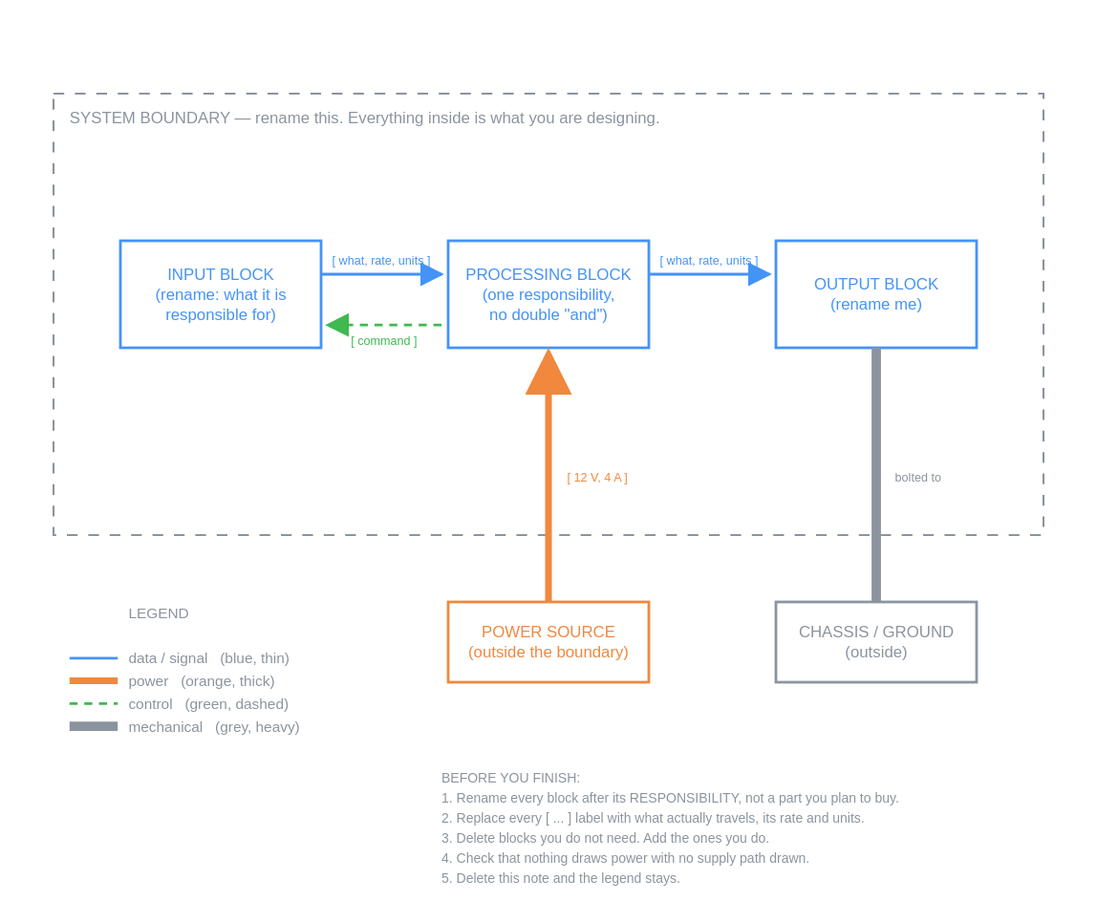
Before: 02-concepts/diagrams/starter-template.drawio.svg, a diagram exported from draw.io (rithvin-us/Team-Asterix-System-Design-Notes). Source tidied: cells renumbered, new cells last; positions are measured from the earlier drawing's top-left corner, leaving out a move shared by most shapes. Its diagram source:
```xml
<mxGraphModel>
  <root>
    <mxCell id="0" />
    <mxCell id="1" parent="0" />
    <mxCell id="2" value="SYSTEM BOUNDARY — rename this. Everything inside is what you are designing." style="rounded=0;whiteSpace=wrap;html=1;dashed=1;dashPattern=8 8;fillColor=none;strokeColor=#8b949e;fontColor=#8b949e;verticalAlign=top;align=left;spacingLeft=10;spacingTop=6;fontSize=12;" parent="1" vertex="1">
      <mxGeometry width="740" height="330" as="geometry" />
    </mxCell>
    <mxCell id="3" value="INPUT BLOCK&#10;(rename: what it is responsible for)" style="rounded=0;whiteSpace=wrap;html=1;fillColor=none;strokeWidth=2;strokeColor=#4493f8;fontColor=#4493f8;" parent="1" vertex="1">
      <mxGeometry x="50" y="110" width="150" height="80" as="geometry" />
    </mxCell>
    <mxCell id="4" value="PROCESSING BLOCK&#10;(one responsibility, no double &quot;and&quot;)" style="rounded=0;whiteSpace=wrap;html=1;fillColor=none;strokeWidth=2;strokeColor=#4493f8;fontColor=#4493f8;" parent="1" vertex="1">
      <mxGeometry x="295" y="110" width="150" height="80" as="geometry" />
    </mxCell>
    <mxCell id="5" value="OUTPUT BLOCK&#10;(rename me)" style="rounded=0;whiteSpace=wrap;html=1;fillColor=none;strokeWidth=2;strokeColor=#4493f8;fontColor=#4493f8;" parent="1" vertex="1">
      <mxGeometry x="540" y="110" width="150" height="80" as="geometry" />
    </mxCell>
    <mxCell id="6" value="POWER SOURCE&#10;(outside the boundary)" style="rounded=0;whiteSpace=wrap;html=1;fillColor=none;strokeWidth=2;strokeColor=#f0883e;fontColor=#f0883e;" parent="1" vertex="1">
      <mxGeometry x="295" y="380" width="150" height="60" as="geometry" />
    </mxCell>
    <mxCell id="7" value="CHASSIS / GROUND&#10;(outside)" style="rounded=0;whiteSpace=wrap;html=1;fillColor=none;strokeWidth=2;strokeColor=#8b949e;fontColor=#8b949e;" parent="1" vertex="1">
      <mxGeometry x="540" y="380" width="150" height="60" as="geometry" />
    </mxCell>
    <mxCell id="8" value="[ what, rate, units ]" style="edgeStyle=orthogonalEdgeStyle;html=1;strokeColor=#4493f8;strokeWidth=2;fontColor=#4493f8;fontSize=10;" parent="1" edge="1" source="3" target="4">
      <mxGeometry relative="1" as="geometry" />
    </mxCell>
    <mxCell id="9" value="[ what, rate, units ]" style="edgeStyle=orthogonalEdgeStyle;html=1;strokeColor=#4493f8;strokeWidth=2;fontColor=#4493f8;fontSize=10;" parent="1" edge="1" source="4" target="5">
      <mxGeometry relative="1" as="geometry" />
    </mxCell>
    <mxCell id="10" value="[ command ]" style="edgeStyle=orthogonalEdgeStyle;html=1;strokeColor=#3fb950;strokeWidth=2;dashed=1;fontColor=#3fb950;fontSize=10;" parent="1" edge="1" source="4" target="3">
      <mxGeometry relative="1" as="geometry" />
    </mxCell>
    <mxCell id="11" value="[ 12 V, 4 A ]" style="edgeStyle=orthogonalEdgeStyle;html=1;strokeColor=#f0883e;strokeWidth=5;fontColor=#f0883e;fontSize=10;" parent="1" edge="1" source="6" target="4">
      <mxGeometry relative="1" as="geometry" />
    </mxCell>
    <mxCell id="12" value="bolted to" style="edgeStyle=orthogonalEdgeStyle;html=1;strokeColor=#8b949e;strokeWidth=7;endArrow=none;fontColor=#8b949e;fontSize=10;" parent="1" edge="1" source="5" target="7">
      <mxGeometry relative="1" as="geometry" />
    </mxCell>
    <mxCell id="13" value="LEGEND&#10;&#10;——  data / signal  (blue, thin)&#10;███  power  (orange, thick)&#10;- - -  control  (green, dashed)&#10;▬▬▬  mechanical  (grey, heavy)" style="text;html=1;align=left;verticalAlign=top;fontColor=#8b949e;fontSize=11;" parent="1" vertex="1">
      <mxGeometry x="10" y="380" width="240" height="110" as="geometry" />
    </mxCell>
    <mxCell id="14" value="BEFORE YOU FINISH:&#10;1. Rename every block after its RESPONSIBILITY, not a part.&#10;2. Replace every [ ... ] label with what actually travels.&#10;3. Delete blocks you do not need. Add the ones you do.&#10;4. Check nothing draws power with no supply path.&#10;5. Delete this note." style="text;html=1;align=left;verticalAlign=top;fontColor=#8b949e;fontSize=11;" parent="1" vertex="1">
      <mxGeometry x="290" y="460" width="450" height="90" as="geometry" />
    </mxCell>
  </root>
</mxGraphModel>
```
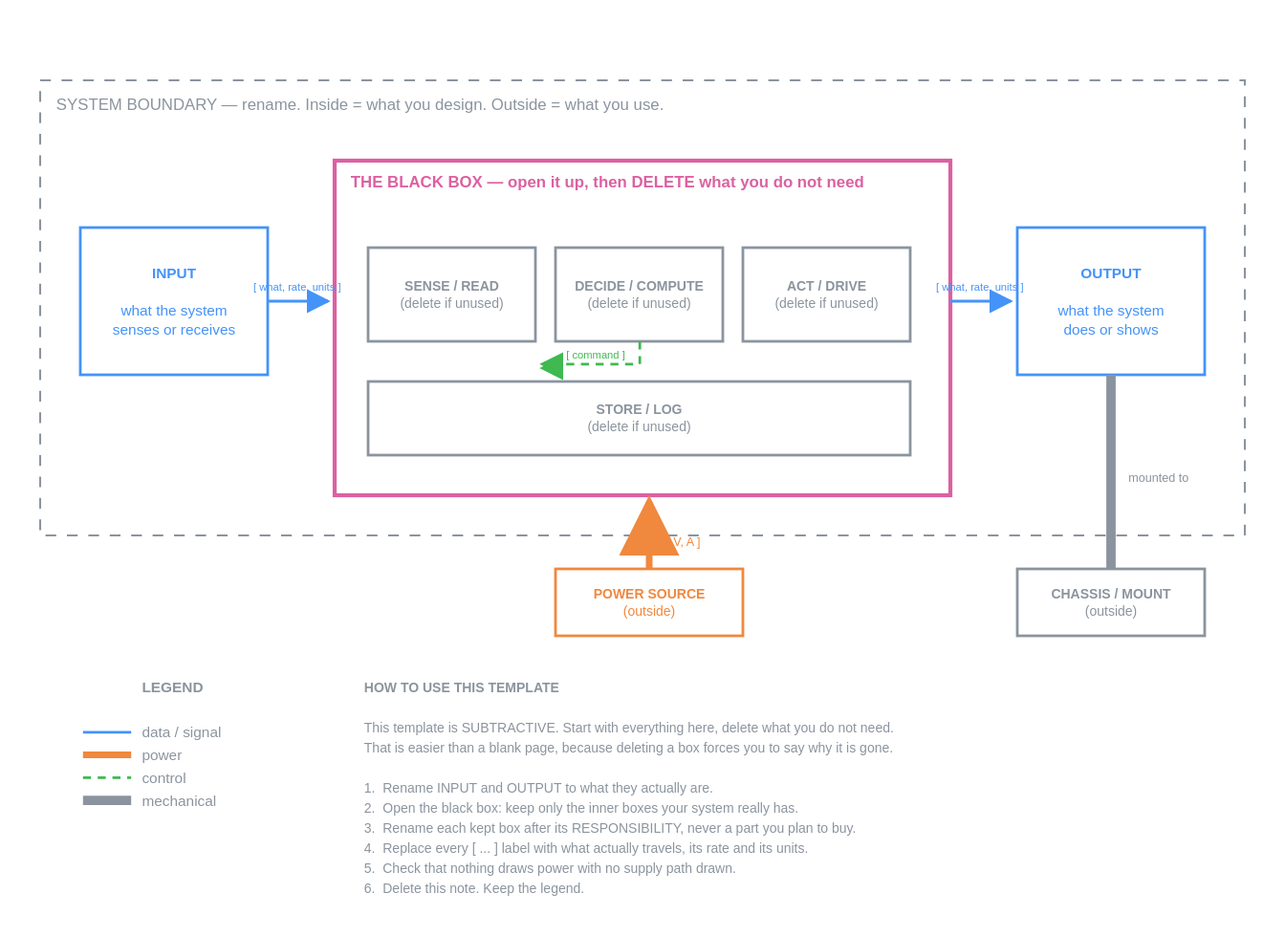
Above is the later version.

The edit, as a diff of the source:
```diff
@@ -2,44 +2,56 @@
   <root>
     <mxCell id="0" />
     <mxCell id="1" parent="0" />
-    <mxCell id="2" value="SYSTEM BOUNDARY — rename this. Everything inside is what you are designing." style="rounded=0;whiteSpace=wrap;html=1;dashed=1;dashPattern=8 8;fillColor=none;strokeColor=#8b949e;fontColor=#8b949e;verticalAlign=top;align=left;spacingLeft=10;spacingTop=6;fontSize=12;" parent="1" vertex="1">
-      <mxGeometry width="740" height="330" as="geometry" />
+    <mxCell id="2" value="SYSTEM BOUNDARY — rename. Inside = what you design. Outside = what you use." style="rounded=0;whiteSpace=wrap;html=1;dashed=1;dashPattern=8 8;fillColor=none;strokeColor=#8b949e;fontColor=#8b949e;verticalAlign=top;align=left;spacingLeft=10;spacingTop=6;fontSize=12;" parent="1" vertex="1">
+      <mxGeometry x="-10" y="-10" width="900" height="340" as="geometry" />
     </mxCell>
-    <mxCell id="3" value="INPUT BLOCK&#10;(rename: what it is responsible for)" style="rounded=0;whiteSpace=wrap;html=1;fillColor=none;strokeWidth=2;strokeColor=#4493f8;fontColor=#4493f8;" parent="1" vertex="1">
-      <mxGeometry x="50" y="110" width="150" height="80" as="geometry" />
-    </mxCell>
-    <mxCell id="4" value="PROCESSING BLOCK&#10;(one responsibility, no double &quot;and&quot;)" style="rounded=0;whiteSpace=wrap;html=1;fillColor=none;strokeWidth=2;strokeColor=#4493f8;fontColor=#4493f8;" parent="1" vertex="1">
-      <mxGeometry x="295" y="110" width="150" height="80" as="geometry" />
-    </mxCell>
+    <mxCell id="15" value="INPUT&#10;&#10;what the system&#10;senses or receives" style="rounded=0;whiteSpace=wrap;html=1;fillColor=none;strokeWidth=2;strokeColor=#4493f8;fontColor=#4493f8;" parent="1" vertex="1">
+      <mxGeometry x="20" y="100" width="140" height="110" as="geometry" />
+    </mxCell>
+    <mxCell id="16" value="THE BLACK BOX — open it up, then DELETE what you do not need" style="rounded=0;whiteSpace=wrap;html=1;fillColor=none;strokeWidth=3;strokeColor=#db61a2;fontColor=#db61a2;verticalAlign=top;align=left;spacingLeft=10;spacingTop=6;fontSize=12;" parent="1" vertex="1">
+      <mxGeometry x="210" y="50" width="460" height="250" as="geometry" />
+    </mxCell>
-    <mxCell id="5" value="OUTPUT BLOCK&#10;(rename me)" style="rounded=0;whiteSpace=wrap;html=1;fillColor=none;strokeWidth=2;strokeColor=#4493f8;fontColor=#4493f8;" parent="1" vertex="1">
-      <mxGeometry x="540" y="110" width="150" height="80" as="geometry" />
+    <mxCell id="5" value="OUTPUT&#10;&#10;what the system&#10;does or shows" style="rounded=0;whiteSpace=wrap;html=1;fillColor=none;strokeWidth=2;strokeColor=#4493f8;fontColor=#4493f8;" parent="1" vertex="1">
+      <mxGeometry x="720" y="100" width="140" height="110" as="geometry" />
     </mxCell>
+    <mxCell id="17" value="SENSE / READ&#10;(delete if unused)" style="rounded=0;whiteSpace=wrap;html=1;fillColor=none;strokeWidth=2;strokeColor=#8b949e;fontColor=#8b949e;" parent="1" vertex="1">
+      <mxGeometry x="235" y="115" width="125" height="70" as="geometry" />
+    </mxCell>
+    <mxCell id="18" value="DECIDE / COMPUTE&#10;(delete if unused)" style="rounded=0;whiteSpace=wrap;html=1;fillColor=none;strokeWidth=2;strokeColor=#8b949e;fontColor=#8b949e;" parent="1" vertex="1">
+      <mxGeometry x="375" y="115" width="125" height="70" as="geometry" />
+    </mxCell>
+    <mxCell id="19" value="ACT / DRIVE&#10;(delete if unused)" style="rounded=0;whiteSpace=wrap;html=1;fillColor=none;strokeWidth=2;strokeColor=#8b949e;fontColor=#8b949e;" parent="1" vertex="1">
+      <mxGeometry x="515" y="115" width="125" height="70" as="geometry" />
+    </mxCell>
+    <mxCell id="20" value="STORE / LOG  (delete if unused)" style="rounded=0;whiteSpace=wrap;html=1;fillColor=none;strokeWidth=2;strokeColor=#8b949e;fontColor=#8b949e;" parent="1" vertex="1">
+      <mxGeometry x="235" y="215" width="405" height="55" as="geometry" />
+    </mxCell>
-    <mxCell id="6" value="POWER SOURCE&#10;(outside the boundary)" style="rounded=0;whiteSpace=wrap;html=1;fillColor=none;strokeWidth=2;strokeColor=#f0883e;fontColor=#f0883e;" parent="1" vertex="1">
-      <mxGeometry x="295" y="380" width="150" height="60" as="geometry" />
+    <mxCell id="6" value="POWER SOURCE&#10;(outside)" style="rounded=0;whiteSpace=wrap;html=1;fillColor=none;strokeWidth=2;strokeColor=#f0883e;fontColor=#f0883e;" parent="1" vertex="1">
+      <mxGeometry x="375" y="355" width="140" height="50" as="geometry" />
     </mxCell>
-    <mxCell id="7" value="CHASSIS / GROUND&#10;(outside)" style="rounded=0;whiteSpace=wrap;html=1;fillColor=none;strokeWidth=2;strokeColor=#8b949e;fontColor=#8b949e;" parent="1" vertex="1">
-      <mxGeometry x="540" y="380" width="150" height="60" as="geometry" />
+    <mxCell id="7" value="CHASSIS / MOUNT&#10;(outside)" style="rounded=0;whiteSpace=wrap;html=1;fillColor=none;strokeWidth=2;strokeColor=#8b949e;fontColor=#8b949e;" parent="1" vertex="1">
+      <mxGeometry x="720" y="355" width="140" height="50" as="geometry" />
     </mxCell>
-    <mxCell id="8" value="[ what, rate, units ]" style="edgeStyle=orthogonalEdgeStyle;html=1;strokeColor=#4493f8;strokeWidth=2;fontColor=#4493f8;fontSize=10;" parent="1" edge="1" source="3" target="4">
+    <mxCell id="8" value="[ what, rate, units ]" style="edgeStyle=orthogonalEdgeStyle;html=1;strokeColor=#4493f8;strokeWidth=2;dashed=0;fontColor=#4493f8;fontSize=10;" parent="1" edge="1" source="15" target="16">
       <mxGeometry relative="1" as="geometry" />
     </mxCell>
-    <mxCell id="9" value="[ what, rate, units ]" style="edgeStyle=orthogonalEdgeStyle;html=1;strokeColor=#4493f8;strokeWidth=2;fontColor=#4493f8;fontSize=10;" parent="1" edge="1" source="4" target="5">
+    <mxCell id="9" value="[ what, rate, units ]" style="edgeStyle=orthogonalEdgeStyle;html=1;strokeColor=#4493f8;strokeWidth=2;dashed=0;fontColor=#4493f8;fontSize=10;" parent="1" edge="1" source="16" target="5">
       <mxGeometry relative="1" as="geometry" />
     </mxCell>
-    <mxCell id="10" value="[ command ]" style="edgeStyle=orthogonalEdgeStyle;html=1;strokeColor=#3fb950;strokeWidth=2;dashed=1;fontColor=#3fb950;fontSize=10;" parent="1" edge="1" source="4" target="3">
+    <mxCell id="10" value="[ command ]" style="edgeStyle=orthogonalEdgeStyle;html=1;strokeColor=#3fb950;strokeWidth=2;dashed=1;fontColor=#3fb950;fontSize=10;" parent="1" edge="1" source="18" target="17">
       <mxGeometry relative="1" as="geometry" />
     </mxCell>
-    <mxCell id="11" value="[ 12 V, 4 A ]" style="edgeStyle=orthogonalEdgeStyle;html=1;strokeColor=#f0883e;strokeWidth=5;fontColor=#f0883e;fontSize=10;" parent="1" edge="1" source="6" target="4">
+    <mxCell id="11" value="[ V, A ]" style="edgeStyle=orthogonalEdgeStyle;html=1;strokeColor=#f0883e;strokeWidth=5;dashed=0;fontColor=#f0883e;fontSize=10;" parent="1" edge="1" source="6" target="16">
       <mxGeometry relative="1" as="geometry" />
     </mxCell>
-    <mxCell id="12" value="bolted to" style="edgeStyle=orthogonalEdgeStyle;html=1;strokeColor=#8b949e;strokeWidth=7;endArrow=none;fontColor=#8b949e;fontSize=10;" parent="1" edge="1" source="5" target="7">
+    <mxCell id="12" value="mounted to" style="edgeStyle=orthogonalEdgeStyle;html=1;strokeColor=#8b949e;strokeWidth=7;dashed=0;fontColor=#8b949e;fontSize=10;endArrow=none;" parent="1" edge="1" source="5" target="7">
       <mxGeometry relative="1" as="geometry" />
     </mxCell>
-    <mxCell id="13" value="LEGEND&#10;&#10;——  data / signal  (blue, thin)&#10;███  power  (orange, thick)&#10;- - -  control  (green, dashed)&#10;▬▬▬  mechanical  (grey, heavy)" style="text;html=1;align=left;verticalAlign=top;fontColor=#8b949e;fontSize=11;" parent="1" vertex="1">
-      <mxGeometry x="10" y="380" width="240" height="110" as="geometry" />
+    <mxCell id="13" value="LEGEND&#10;&#10;—— data / signal&#10;███ power&#10;- - - control&#10;▬▬▬ mechanical" style="text;html=1;align=left;verticalAlign=top;fontColor=#8b949e;fontSize=11;" parent="1" vertex="1">
+      <mxGeometry x="20" y="435" width="180" height="110" as="geometry" />
     </mxCell>
-    <mxCell id="14" value="BEFORE YOU FINISH:&#10;1. Rename every block after its RESPONSIBILITY, not a part.&#10;2. Replace every [ ... ] label with what actually travels.&#10;3. Delete blocks you do not need. Add the ones you do.&#10;4. Check nothing draws power with no supply path.&#10;5. Delete this note." style="text;html=1;align=left;verticalAlign=top;fontColor=#8b949e;fontSize=11;" parent="1" vertex="1">
-      <mxGeometry x="290" y="460" width="450" height="90" as="geometry" />
-    </mxCell>
+    <mxCell id="21" value="HOW TO USE THIS TEMPLATE&#10;&#10;This template is SUBTRACTIVE. Start with everything, delete what you do not need.&#10;That is easier than starting blank, because deleting a box forces you to say why.&#10;&#10;1. Rename INPUT and OUTPUT to what they actually are.&#10;2. Open the black box: keep only the inner boxes your system really has.&#10;3. Rename each kept box after its RESPONSIBILITY, never a part you plan to buy.&#10;4. Replace every [ ... ] label with what actually travels, its rate and units.&#10;5. Check nothing draws power with no supply path drawn.&#10;6. Delete this note. Keep the legend." style="text;html=1;align=left;verticalAlign=top;fontColor=#8b949e;fontSize=11;" parent="1" vertex="1">
+      <mxGeometry x="230" y="435" width="640" height="180" as="geometry" />
+    </mxCell>
   </root>
 </mxGraphModel>
```
